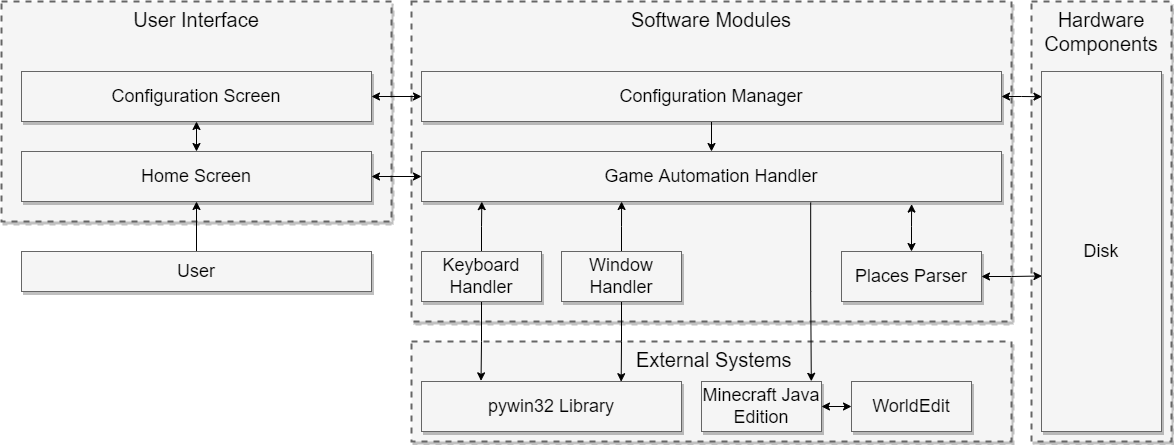
Above: docs/assets/images/system_architecture.png in Sang0920/senior-project-spring-2022-blueprint-automation-tool (draw.io), before the change. Source tidied: cells renumbered, new cells last; positions are measured from the earlier drawing's top-left corner, leaving out a move shared by most shapes.
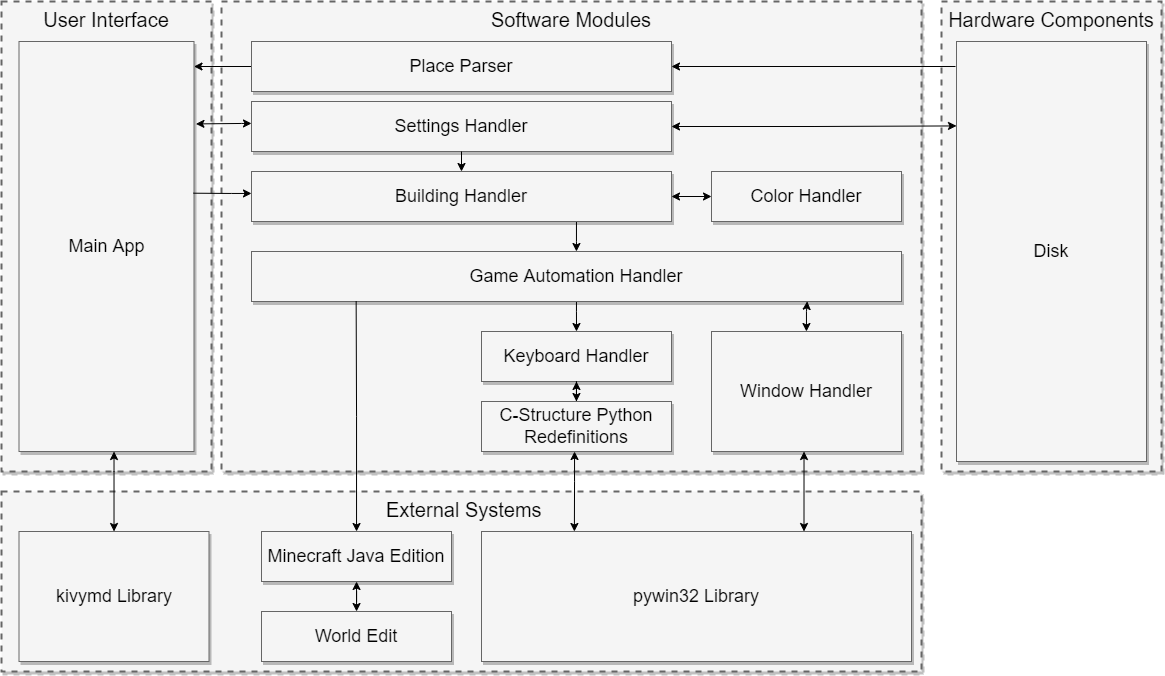
Later version of the same file.

What changed in the source:
```diff
@@ -2,95 +2,151 @@
   <root>
     <mxCell id="0" style="html=1;" />
     <mxCell id="1" style="html=1;" parent="0" />
+    <mxCell id="4" value="User Interface" style="whiteSpace=wrap;html=1;shadow=1;fontSize=20;fillColor=#f5f5f5;strokeColor=#666666;strokeWidth=2;dashed=1;verticalAlign=top;" parent="1" vertex="1">
+      <mxGeometry x="-330" y="-220" width="210" height="470" as="geometry" />
+    </mxCell>
+    <mxCell id="3" value="Hardware Components" style="whiteSpace=wrap;html=1;shadow=1;fontSize=20;fillColor=#f5f5f5;strokeColor=#666666;strokeWidth=2;dashed=1;verticalAlign=top;" parent="1" vertex="1">
+      <mxGeometry x="610" y="-220" width="220" height="470" as="geometry" />
+    </mxCell>
+    <mxCell id="5" value="&amp;nbsp;External Systems" style="whiteSpace=wrap;html=1;shadow=1;fontSize=20;fillColor=#f5f5f5;strokeColor=#666666;strokeWidth=2;dashed=1;verticalAlign=top;align=center;" parent="1" vertex="1">
+      <mxGeometry x="-330" y="270" width="920" height="180" as="geometry" />
+    </mxCell>
     <mxCell id="2" value="Software Modules" style="whiteSpace=wrap;html=1;shadow=1;fontSize=20;fillColor=#f5f5f5;strokeColor=#666666;strokeWidth=2;dashed=1;verticalAlign=top;" parent="1" vertex="1">
-      <mxGeometry x="410" width="600" height="320" as="geometry" />
+      <mxGeometry x="-110" y="-220" width="700" height="470" as="geometry" />
     </mxCell>
-    <mxCell id="3" value="Hardware Components" style="whiteSpace=wrap;html=1;shadow=1;fontSize=20;fillColor=#f5f5f5;strokeColor=#666666;strokeWidth=2;dashed=1;verticalAlign=top;" parent="1" vertex="1">
-      <mxGeometry x="1030" width="140" height="440" as="geometry" />
-    </mxCell>
-    <mxCell id="4" value="User Interface" style="whiteSpace=wrap;html=1;shadow=1;fontSize=20;fillColor=#f5f5f5;strokeColor=#666666;strokeWidth=2;dashed=1;verticalAlign=top;" parent="1" vertex="1">
-      <mxGeometry width="390" height="220" as="geometry" />
-    </mxCell>
-    <mxCell id="5" value="&amp;nbsp;External Systems" style="whiteSpace=wrap;html=1;shadow=1;fontSize=20;fillColor=#f5f5f5;strokeColor=#666666;strokeWidth=2;dashed=1;verticalAlign=top;align=center;" parent="1" vertex="1">
-      <mxGeometry x="410" y="340" width="600" height="100" as="geometry" />
-    </mxCell>
-    <mxCell id="6" style="edgeStyle=orthogonalEdgeStyle;rounded=0;jettySize=auto;html=1;entryX=0;entryY=0.5;entryDx=0;entryDy=0;startArrow=classic;startFill=1;" parent="1" edge="1" source="7" target="31">
-      <mxGeometry relative="1" as="geometry" />
-    </mxCell>
+    <mxCell id="32" value="Main App" style="whiteSpace=wrap;html=1;shadow=1;fontSize=18;fillColor=#f5f5f5;strokeColor=#666666;" parent="1" vertex="1">
+      <mxGeometry x="-312.5" y="-180" width="175" height="410" as="geometry" />
+    </mxCell>
+    <mxCell id="33" style="edgeStyle=orthogonalEdgeStyle;rounded=0;jettySize=auto;html=1;startArrow=none;startFill=0;endArrow=classic;endFill=1;" parent="1" edge="1" source="35" target="32">
+      <mxGeometry relative="1" as="geometry">
+        <Array as="points">
+          <mxPoint x="-60" y="-165" />
+          <mxPoint x="-60" y="-165" />
+        </Array>
+      </mxGeometry>
+    </mxCell>
+    <mxCell id="34" style="edgeStyle=orthogonalEdgeStyle;rounded=0;jettySize=auto;html=1;startArrow=classic;startFill=1;endArrow=none;endFill=0;" parent="1" edge="1" source="35">
+      <mxGeometry relative="1" as="geometry">
+        <mxPoint x="624" y="-155" as="targetPoint" />
+        <Array as="points">
+          <mxPoint x="624" y="-155" />
+        </Array>
+      </mxGeometry>
+    </mxCell>
+    <mxCell id="35" value="Place Parser" style="whiteSpace=wrap;html=1;shadow=1;fontSize=18;fillColor=#f5f5f5;strokeColor=#666666;" parent="1" vertex="1">
+      <mxGeometry x="-80" y="-180" width="420" height="50" as="geometry" />
+    </mxCell>
+    <mxCell id="36" style="edgeStyle=orthogonalEdgeStyle;rounded=0;jettySize=auto;html=1;entryX=1.011;entryY=0.201;entryDx=0;entryDy=0;entryPerimeter=0;startArrow=classic;startFill=1;endArrow=classic;endFill=1;" parent="1" edge="1" source="38" target="32">
+      <mxGeometry relative="1" as="geometry">
+        <Array as="points">
+          <mxPoint x="-90" y="-98" />
+          <mxPoint x="-90" y="-98" />
+        </Array>
+      </mxGeometry>
+    </mxCell>
+    <mxCell id="37" style="edgeStyle=orthogonalEdgeStyle;rounded=0;jettySize=auto;html=1;entryX=0;entryY=0.201;entryDx=0;entryDy=0;entryPerimeter=0;startArrow=classic;startFill=1;endArrow=classic;endFill=1;" parent="1" edge="1" source="38" target="22">
+      <mxGeometry relative="1" as="geometry" />
+    </mxCell>
+    <mxCell id="38" value="Settings Handler" style="whiteSpace=wrap;html=1;shadow=1;fontSize=18;fillColor=#f5f5f5;strokeColor=#666666;" parent="1" vertex="1">
+      <mxGeometry x="-80" y="-120" width="420" height="50" as="geometry" />
+    </mxCell>
+    <mxCell id="39" style="edgeStyle=orthogonalEdgeStyle;rounded=0;jettySize=auto;html=1;entryX=0;entryY=0.5;entryDx=0;entryDy=0;startArrow=classic;startFill=1;endArrow=classic;endFill=1;" parent="1" edge="1" source="43" target="44">
+      <mxGeometry relative="1" as="geometry" />
+    </mxCell>
+    <mxCell id="40" style="edgeStyle=orthogonalEdgeStyle;rounded=0;jettySize=auto;html=1;startArrow=none;startFill=0;endArrow=classic;endFill=1;" parent="1" edge="1" source="43" target="18">
+      <mxGeometry relative="1" as="geometry">
+        <Array as="points">
+          <mxPoint x="245" y="20" />
+          <mxPoint x="245" y="20" />
+        </Array>
+      </mxGeometry>
+    </mxCell>
+    <mxCell id="41" style="edgeStyle=orthogonalEdgeStyle;rounded=0;jettySize=auto;html=1;exitX=0.5;exitY=0;exitDx=0;exitDy=0;entryX=0.5;entryY=1;entryDx=0;entryDy=0;startArrow=classic;startFill=1;endArrow=none;endFill=0;" parent="1" edge="1" source="43" target="38">
+      <mxGeometry relative="1" as="geometry" />
+    </mxCell>
+    <mxCell id="42" style="edgeStyle=orthogonalEdgeStyle;rounded=0;jettySize=auto;html=1;entryX=0.997;entryY=0.37;entryDx=0;entryDy=0;entryPerimeter=0;startArrow=classic;startFill=1;endArrow=none;endFill=0;" parent="1" edge="1" source="43" target="32">
+      <mxGeometry relative="1" as="geometry">
+        <Array as="points">
+          <mxPoint x="-100" y="-28" />
+          <mxPoint x="-100" y="-28" />
+        </Array>
+      </mxGeometry>
+    </mxCell>
+    <mxCell id="43" value="Building Handler" style="whiteSpace=wrap;html=1;shadow=1;fontSize=18;fillColor=#f5f5f5;strokeColor=#666666;" parent="1" vertex="1">
+      <mxGeometry x="-80" y="-50" width="420" height="50" as="geometry" />
+    </mxCell>
+    <mxCell id="44" value="Color Handler" style="whiteSpace=wrap;html=1;shadow=1;fontSize=18;fillColor=#f5f5f5;strokeColor=#666666;" parent="1" vertex="1">
+      <mxGeometry x="380" y="-50" width="190" height="50" as="geometry" />
+    </mxCell>
+    <mxCell id="45" style="edgeStyle=orthogonalEdgeStyle;rounded=0;jettySize=auto;html=1;entryX=0.5;entryY=0;entryDx=0;entryDy=0;startArrow=none;startFill=0;endArrow=classic;endFill=1;" parent="1" edge="1" source="18" target="11">
+      <mxGeometry relative="1" as="geometry">
+        <Array as="points">
+          <mxPoint x="245" y="90" />
+          <mxPoint x="245" y="90" />
+        </Array>
+      </mxGeometry>
+    </mxCell>
+    <mxCell id="18" value="Game Automation Handler" style="whiteSpace=wrap;html=1;shadow=1;fontSize=18;fillColor=#f5f5f5;strokeColor=#666666;" parent="1" vertex="1">
+      <mxGeometry x="-80" y="30" width="650" height="50" as="geometry" />
+    </mxCell>
+    <mxCell id="11" value="Keyboard Handler" style="whiteSpace=wrap;html=1;shadow=1;fontSize=18;fillColor=#f5f5f5;strokeColor=#666666;" parent="1" vertex="1">
+      <mxGeometry x="150" y="110" width="190" height="50" as="geometry" />
+    </mxCell>
+    <mxCell id="13" style="edgeStyle=orthogonalEdgeStyle;rounded=0;jettySize=auto;html=1;entryX=0.75;entryY=0;entryDx=0;entryDy=0;startArrow=classic;startFill=1;endArrow=classic;endFill=1;" parent="1" edge="1" source="14" target="8">
+      <mxGeometry relative="1" as="geometry">
+        <Array as="points">
+          <mxPoint x="473" y="235" />
+        </Array>
+      </mxGeometry>
+    </mxCell>
+    <mxCell id="12" style="edgeStyle=orthogonalEdgeStyle;rounded=0;jettySize=auto;html=1;entryX=0.855;entryY=0.997;entryDx=0;entryDy=0;entryPerimeter=0;startArrow=classic;startFill=1;endArrow=classic;endFill=1;" parent="1" edge="1" source="14" target="18">
+      <mxGeometry relative="1" as="geometry" />
+    </mxCell>
+    <mxCell id="14" value="Window Handler" style="whiteSpace=wrap;html=1;shadow=1;fontSize=18;fillColor=#f5f5f5;strokeColor=#666666;" parent="1" vertex="1">
+      <mxGeometry x="380" y="110" width="190" height="120" as="geometry" />
+    </mxCell>
+    <mxCell id="46" style="edgeStyle=orthogonalEdgeStyle;rounded=0;jettySize=auto;html=1;entryX=0.5;entryY=1;entryDx=0;entryDy=0;startArrow=classic;startFill=1;endArrow=classic;endFill=1;" parent="1" edge="1" source="48" target="11">
+      <mxGeometry relative="1" as="geometry" />
+    </mxCell>
+    <mxCell id="47" style="edgeStyle=orthogonalEdgeStyle;rounded=0;jettySize=auto;html=1;entryX=0.216;entryY=0;entryDx=0;entryDy=0;entryPerimeter=0;startArrow=classic;startFill=1;endArrow=classic;endFill=1;" parent="1" edge="1" source="48" target="8">
+      <mxGeometry relative="1" as="geometry">
+        <Array as="points">
+          <mxPoint x="243" y="260" />
+          <mxPoint x="243" y="260" />
+        </Array>
+      </mxGeometry>
+    </mxCell>
+    <mxCell id="48" value="C-Structure Python Redefinitions" style="whiteSpace=wrap;html=1;shadow=1;fontSize=18;fillColor=#f5f5f5;strokeColor=#666666;" parent="1" vertex="1">
+      <mxGeometry x="150" y="180" width="190" height="50" as="geometry" />
+    </mxCell>
+    <mxCell id="8" value="pywin32 Library" style="whiteSpace=wrap;html=1;shadow=1;fontSize=18;fillColor=#f5f5f5;strokeColor=#666666;" parent="1" vertex="1">
+      <mxGeometry x="150" y="310" width="430" height="130" as="geometry" />
+    </mxCell>
+    <mxCell id="49" style="edgeStyle=orthogonalEdgeStyle;rounded=0;jettySize=auto;html=1;startArrow=classic;startFill=1;endArrow=classic;endFill=1;" parent="1" edge="1" source="7" target="51">
+      <mxGeometry relative="1" as="geometry" />
+    </mxCell>
+    <mxCell id="50" style="edgeStyle=orthogonalEdgeStyle;rounded=0;jettySize=auto;html=1;entryX=0.161;entryY=0.997;entryDx=0;entryDy=0;entryPerimeter=0;startArrow=classic;startFill=1;endArrow=none;endFill=0;" parent="1" edge="1" source="7" target="18">
+      <mxGeometry relative="1" as="geometry" />
+    </mxCell>
     <mxCell id="7" value="Minecraft Java Edition" style="whiteSpace=wrap;html=1;shadow=1;fontSize=18;fillColor=#f5f5f5;strokeColor=#666666;" parent="1" vertex="1">
-      <mxGeometry x="700" y="380" width="120" height="50" as="geometry" />
+      <mxGeometry x="-70" y="310" width="190" height="50" as="geometry" />
     </mxCell>
-    <mxCell id="8" value="pywin32 Library" style="whiteSpace=wrap;html=1;shadow=1;fontSize=18;fillColor=#f5f5f5;strokeColor=#666666;" parent="1" vertex="1">
-      <mxGeometry x="420" y="380" width="260" height="50" as="geometry" />
-    </mxCell>
-    <mxCell id="9" style="edgeStyle=orthogonalEdgeStyle;rounded=0;jettySize=auto;html=1;entryX=0.104;entryY=1.003;entryDx=0;entryDy=0;entryPerimeter=0;" parent="1" edge="1" source="11" target="18">
-      <mxGeometry relative="1" as="geometry" />
-    </mxCell>
-    <mxCell id="10" style="edgeStyle=orthogonalEdgeStyle;rounded=0;jettySize=auto;html=1;entryX=0.229;entryY=-0.013;entryDx=0;entryDy=0;entryPerimeter=0;" parent="1" edge="1" source="11" target="8">
-      <mxGeometry relative="1" as="geometry" />
-    </mxCell>
-    <mxCell id="11" value="Keyboard Handler" style="whiteSpace=wrap;html=1;shadow=1;fontSize=18;fillColor=#f5f5f5;strokeColor=#666666;" parent="1" vertex="1">
-      <mxGeometry x="420" y="250" width="120" height="50" as="geometry" />
-    </mxCell>
-    <mxCell id="12" style="edgeStyle=orthogonalEdgeStyle;rounded=0;jettySize=auto;html=1;entryX=0.345;entryY=1;entryDx=0;entryDy=0;entryPerimeter=0;" parent="1" edge="1" source="14" target="18">
-      <mxGeometry relative="1" as="geometry" />
-    </mxCell>
-    <mxCell id="13" style="edgeStyle=orthogonalEdgeStyle;rounded=0;jettySize=auto;html=1;entryX=0.768;entryY=0.004;entryDx=0;entryDy=0;entryPerimeter=0;" parent="1" edge="1" source="14" target="8">
-      <mxGeometry relative="1" as="geometry" />
-    </mxCell>
-    <mxCell id="14" value="Window Handler" style="whiteSpace=wrap;html=1;shadow=1;fontSize=18;fillColor=#f5f5f5;strokeColor=#666666;" parent="1" vertex="1">
-      <mxGeometry x="560" y="250" width="120" height="50" as="geometry" />
-    </mxCell>
-    <mxCell id="15" style="edgeStyle=orthogonalEdgeStyle;rounded=0;jettySize=auto;html=1;entryX=0;entryY=0.5;entryDx=0;entryDy=0;startArrow=classic;startFill=1;" parent="1" edge="1" source="16" target="27">
-      <mxGeometry relative="1" as="geometry" />
-    </mxCell>
-    <mxCell id="16" value="Configuration Screen" style="whiteSpace=wrap;html=1;shadow=1;fontSize=18;fillColor=#f5f5f5;strokeColor=#666666;" parent="1" vertex="1">
-      <mxGeometry x="20" y="70" width="350" height="50" as="geometry" />
-    </mxCell>
-    <mxCell id="17" style="edgeStyle=orthogonalEdgeStyle;rounded=0;jettySize=auto;html=1;entryX=0.915;entryY=-0.004;entryDx=0;entryDy=0;entryPerimeter=0;exitX=0.671;exitY=1.02;exitDx=0;exitDy=0;exitPerimeter=0;" parent="1" edge="1" source="18" target="7">
-      <mxGeometry relative="1" as="geometry" />
-    </mxCell>
-    <mxCell id="18" value="Game Automation Handler" style="whiteSpace=wrap;html=1;shadow=1;fontSize=18;fillColor=#f5f5f5;strokeColor=#666666;" parent="1" vertex="1">
-      <mxGeometry x="420" y="150" width="580" height="50" as="geometry" />
-    </mxCell>
-    <mxCell id="19" style="edgeStyle=orthogonalEdgeStyle;rounded=0;jettySize=auto;html=1;entryX=0.845;entryY=1.052;entryDx=0;entryDy=0;entryPerimeter=0;startArrow=classic;startFill=1;" parent="1" edge="1" source="21" target="18">
-      <mxGeometry relative="1" as="geometry" />
-    </mxCell>
-    <mxCell id="20" style="edgeStyle=orthogonalEdgeStyle;rounded=0;jettySize=auto;html=1;entryX=0.004;entryY=0.568;entryDx=0;entryDy=0;entryPerimeter=0;startArrow=classic;startFill=1;" parent="1" edge="1" source="21" target="22">
-      <mxGeometry relative="1" as="geometry" />
-    </mxCell>
-    <mxCell id="21" value="Places Parser" style="whiteSpace=wrap;html=1;shadow=1;fontSize=18;fillColor=#f5f5f5;strokeColor=#666666;" parent="1" vertex="1">
-      <mxGeometry x="840" y="250" width="140" height="50" as="geometry" />
-    </mxCell>
+    <mxCell id="51" value="World Edit" style="whiteSpace=wrap;html=1;shadow=1;fontSize=18;fillColor=#f5f5f5;strokeColor=#666666;" parent="1" vertex="1">
+      <mxGeometry x="-70" y="390" width="190" height="50" as="geometry" />
+    </mxCell>
     <mxCell id="22" value="Disk" style="whiteSpace=wrap;html=1;shadow=1;fontSize=18;fillColor=#f5f5f5;strokeColor=#666666;" parent="1" vertex="1">
-      <mxGeometry x="1040" y="70" width="120" height="360" as="geometry" />
+      <mxGeometry x="625" y="-180" width="190" height="420" as="geometry" />
     </mxCell>
-    <mxCell id="23" style="edgeStyle=orthogonalEdgeStyle;rounded=0;jettySize=auto;html=1;entryX=0.5;entryY=1;entryDx=0;entryDy=0;" parent="1" edge="1" source="24" target="30">
-      <mxGeometry relative="1" as="geometry" />
-    </mxCell>
-    <mxCell id="24" value="User" style="whiteSpace=wrap;html=1;shadow=1;fontSize=18;fillColor=#f5f5f5;strokeColor=#666666;" parent="1" vertex="1">
-      <mxGeometry x="20" y="250" width="350" height="40" as="geometry" />
-    </mxCell>
-    <mxCell id="25" style="edgeStyle=orthogonalEdgeStyle;rounded=0;jettySize=auto;html=1;" parent="1" edge="1" source="27" target="18">
-      <mxGeometry relative="1" as="geometry" />
-    </mxCell>
-    <mxCell id="26" style="edgeStyle=orthogonalEdgeStyle;rounded=0;jettySize=auto;html=1;entryX=0.004;entryY=0.07;entryDx=0;entryDy=0;entryPerimeter=0;startArrow=classic;startFill=1;" parent="1" edge="1" source="27" target="22">
-      <mxGeometry relative="1" as="geometry" />
-    </mxCell>
-    <mxCell id="27" value="Configuration Manager" style="whiteSpace=wrap;html=1;shadow=1;fontSize=18;fillColor=#f5f5f5;strokeColor=#666666;" parent="1" vertex="1">
-      <mxGeometry x="420" y="70" width="580" height="50" as="geometry" />
-    </mxCell>
-    <mxCell id="28" style="edgeStyle=orthogonalEdgeStyle;rounded=0;jettySize=auto;html=1;entryX=0.5;entryY=1;entryDx=0;entryDy=0;startArrow=classic;startFill=1;" parent="1" edge="1" source="30" target="16">
-      <mxGeometry relative="1" as="geometry" />
-    </mxCell>
-    <mxCell id="29" style="edgeStyle=orthogonalEdgeStyle;rounded=0;jettySize=auto;html=1;startArrow=classic;startFill=1;" parent="1" edge="1" source="30" target="18">
-      <mxGeometry relative="1" as="geometry" />
-    </mxCell>
-    <mxCell id="30" value="Home Screen" style="whiteSpace=wrap;html=1;shadow=1;fontSize=18;fillColor=#f5f5f5;strokeColor=#666666;" parent="1" vertex="1">
-      <mxGeometry x="20" y="150" width="350" height="50" as="geometry" />
-    </mxCell>
-    <mxCell id="31" value="WorldEdit" style="whiteSpace=wrap;html=1;shadow=1;fontSize=18;fillColor=#f5f5f5;strokeColor=#666666;" parent="1" vertex="1">
-      <mxGeometry x="850" y="380" width="120" height="50" as="geometry" />
-    </mxCell>
+    <mxCell id="52" style="edgeStyle=orthogonalEdgeStyle;rounded=0;jettySize=auto;html=1;startArrow=classic;startFill=1;endArrow=classic;endFill=1;" parent="1" edge="1" source="53" target="32">
+      <mxGeometry relative="1" as="geometry">
+        <Array as="points">
+          <mxPoint x="-217" y="250" />
+          <mxPoint x="-217" y="250" />
+        </Array>
+      </mxGeometry>
+    </mxCell>
+    <mxCell id="53" value="kivymd Library" style="whiteSpace=wrap;html=1;shadow=1;fontSize=18;fillColor=#f5f5f5;strokeColor=#666666;" parent="1" vertex="1">
+      <mxGeometry x="-312.5" y="310" width="190" height="130" as="geometry" />
+    </mxCell>
   </root>
 </mxGraphModel>
```
